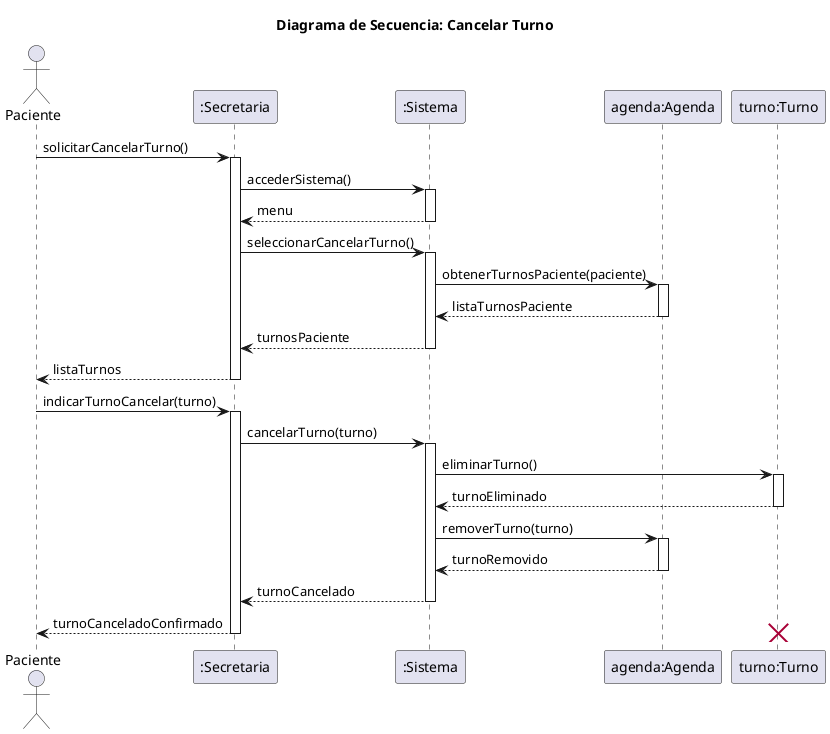
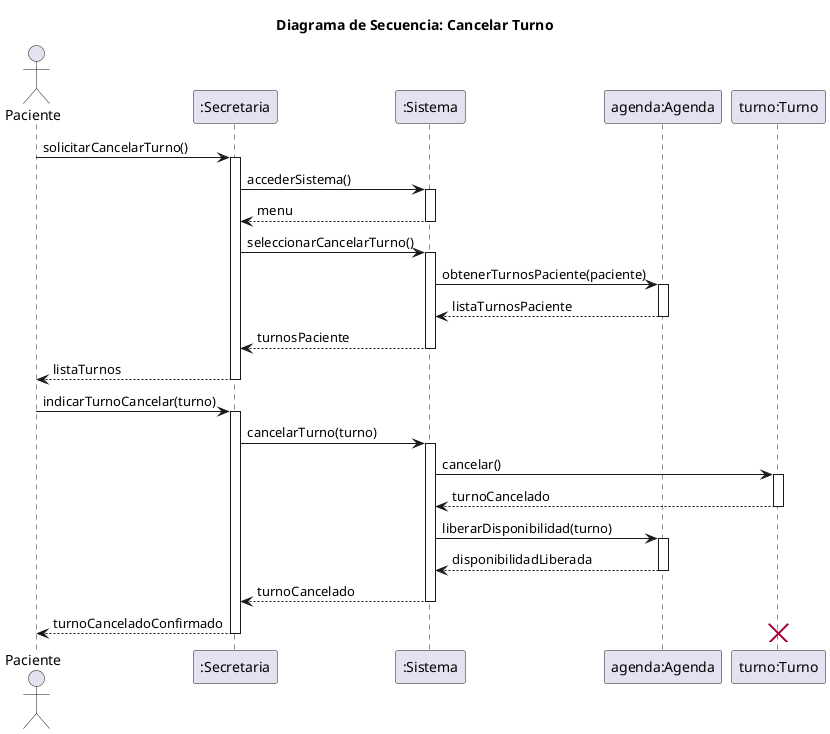
@startuml
title Diagrama de Secuencia: Cancelar Turno

actor Paciente
participant ":Secretaria" as secretaria
participant ":Sistema" as sistema
participant "agenda:Agenda" as agenda
participant "turno:Turno" as turno

Paciente -> secretaria: solicitarCancelarTurno()
activate secretaria
secretaria -> sistema: accederSistema()
activate sistema
sistema --> secretaria: menu
deactivate sistema
secretaria -> sistema: seleccionarCancelarTurno()
activate sistema
sistema -> agenda: obtenerTurnosPaciente(paciente)
activate agenda
agenda --> sistema: listaTurnosPaciente
deactivate agenda
sistema --> secretaria: turnosPaciente
deactivate sistema
secretaria --> Paciente: listaTurnos
deactivate secretaria

Paciente -> secretaria: indicarTurnoCancelar(turno)
activate secretaria
secretaria -> sistema: cancelarTurno(turno)
activate sistema
- sistema -> turno: eliminarTurno()
+ sistema -> turno: cancelar()
activate turno
- turno --> sistema: turnoEliminado
+ turno --> sistema: turnoCancelado
deactivate turno
- sistema -> agenda: removerTurno(turno)
+ sistema -> agenda: liberarDisponibilidad(turno)
activate agenda
- agenda --> sistema: turnoRemovido
+ agenda --> sistema: disponibilidadLiberada
deactivate agenda
sistema --> secretaria: turnoCancelado
deactivate sistema
secretaria --> Paciente: turnoCanceladoConfirmado
deactivate secretaria

destroy turno
@enduml